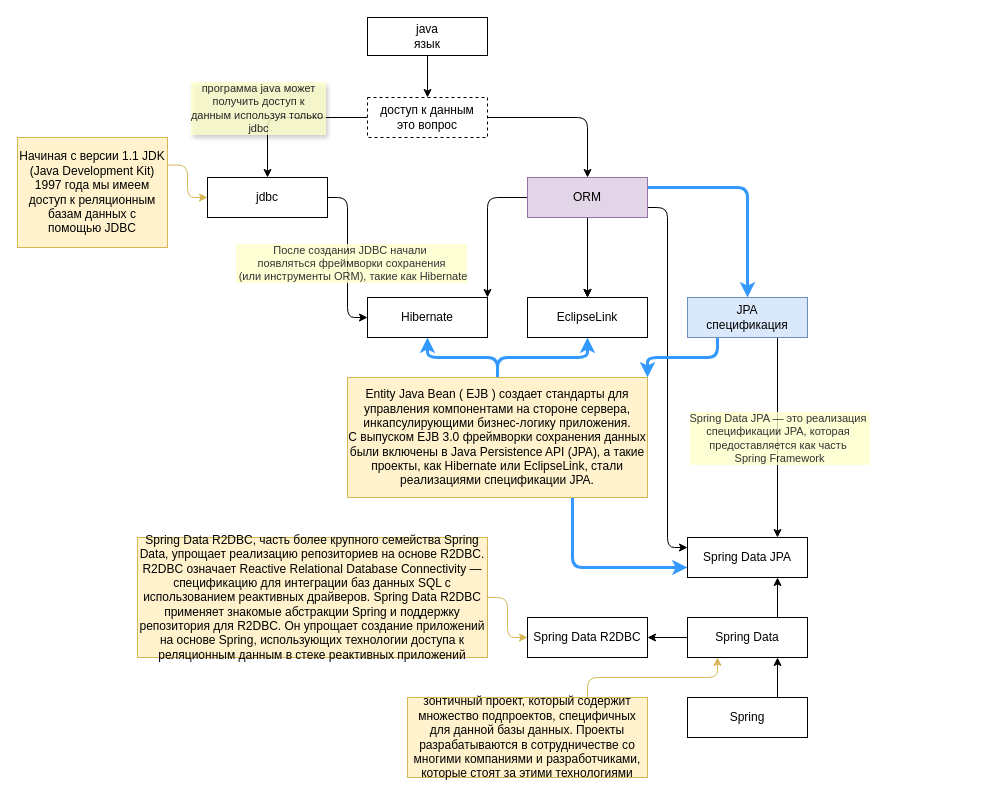
The draw.io diagram drawio/jdbc-orm.drawio in bondalen/vscode-diagrams, before the edit. Source tidied: cells renumbered, new cells numbered last; positions are measured from the earlier drawing's top-left corner, leaving out a move shared by most shapes. Both pictures are drawn from the tidied source at 100%, with x=0, y=0 at pixel (17, 17).
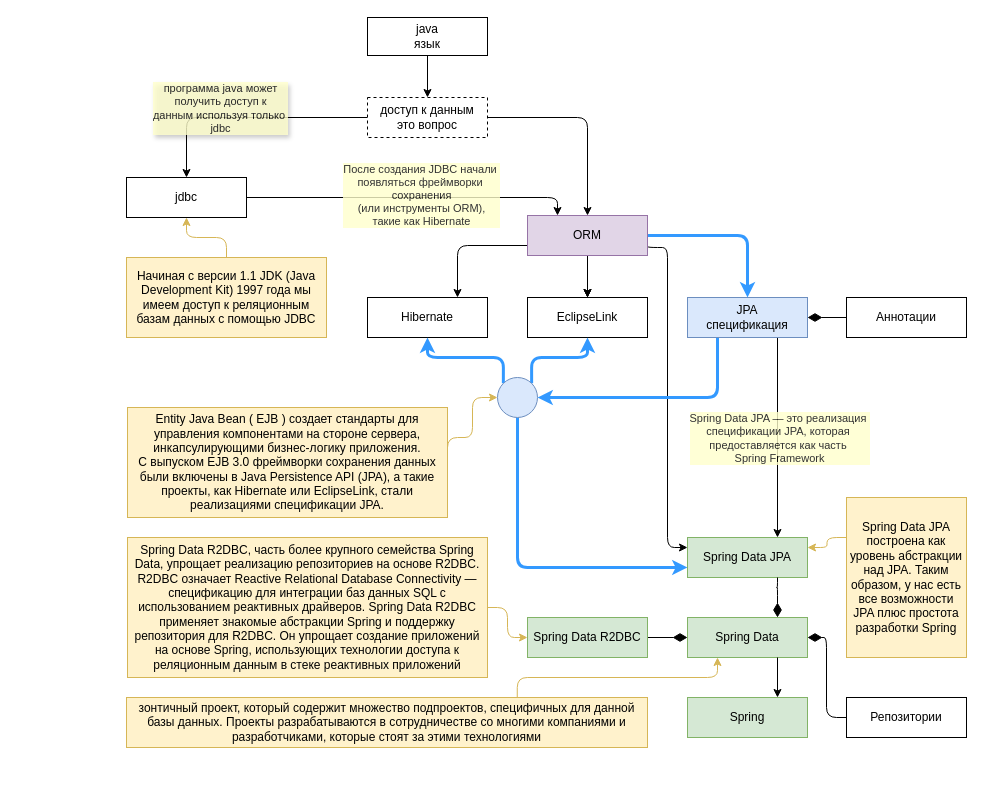
After the change.

Commit message:
drawio: jdbc, jpa, spring data 02

Unchanged cells that the change refers to:
```xml
<mxCell id="20" value="Hibernate" style="whiteSpace=wrap;html=1;rounded=0;strokeColor=default;align=center;verticalAlign=middle;fillColor=default;" parent="1" vertex="1">
  <mxGeometry x="350" y="280" width="120" height="40" as="geometry" />
</mxCell>
<mxCell id="24" value="JPA&lt;div&gt;спецификация&lt;/div&gt;" style="whiteSpace=wrap;html=1;rounded=0;fillColor=#dae8fc;strokeColor=#6c8ebf;" parent="1" vertex="1">
  <mxGeometry x="670" y="280" width="120" height="40" as="geometry" />
</mxCell>
<mxCell id="25" value="&lt;span style=&quot;color: rgb(0, 0, 0);&quot;&gt;EclipseLink&lt;/span&gt;" style="whiteSpace=wrap;html=1;rounded=0;" parent="1" vertex="1">
  <mxGeometry x="510" y="280" width="120" height="40" as="geometry" />
</mxCell>
```

The edit, as a diff of the source:
```diff
@@
-    <mxCell id="8" style="edgeStyle=orthogonalEdgeStyle;shape=connector;rounded=1;html=1;exitX=1;exitY=0.5;exitDx=0;exitDy=0;entryX=0;entryY=0.5;entryDx=0;entryDy=0;strokeColor=default;align=center;verticalAlign=middle;fontFamily=Helvetica;fontSize=11;fontColor=default;labelBackgroundColor=default;endArrow=classic;" parent="1" edge="1" source="10" target="20">
-      <mxGeometry relative="1" as="geometry" />
+    <mxCell id="8" style="edgeStyle=orthogonalEdgeStyle;shape=connector;rounded=1;html=1;exitX=1;exitY=0.5;exitDx=0;exitDy=0;entryX=0.25;entryY=0;entryDx=0;entryDy=0;strokeColor=default;align=center;verticalAlign=middle;fontFamily=Helvetica;fontSize=11;fontColor=default;labelBackgroundColor=default;endArrow=classic;" parent="1" edge="1" source="10" target="17">
+      <mxGeometry relative="1" as="geometry">
+        <Array as="points">
+          <mxPoint x="540" y="180" />
+        </Array>
+      </mxGeometry>
     </mxCell>
-    <mxCell id="9" value="После создания JDBC начали&amp;nbsp;&lt;div&gt;появляться фреймворки сохранения&lt;/div&gt;&lt;div&gt;&amp;nbsp;(или инструменты ORM), такие как&amp;nbsp;Hibernate&lt;/div&gt;" style="edgeLabel;html=1;align=center;verticalAlign=middle;rounded=0;fillColor=none;gradientColor=none;fontFamily=Helvetica;fontSize=11;fontColor=default;textOpacity=80;labelBackgroundColor=#FFFFCC;" parent="8" vertex="1">
+    <mxCell id="9" value="После создания JDBC начали&amp;nbsp;&lt;div&gt;появляться фреймворки&amp;nbsp;&lt;/div&gt;&lt;div&gt;сохранения&lt;/div&gt;&lt;div&gt;&amp;nbsp;(или инструменты ORM),&amp;nbsp;&lt;/div&gt;&lt;div&gt;такие как&amp;nbsp;Hibernate&lt;/div&gt;" style="edgeLabel;html=1;align=center;verticalAlign=middle;rounded=0;fillColor=none;gradientColor=none;fontFamily=Helvetica;fontSize=11;fontColor=default;textOpacity=80;labelBackgroundColor=#FFFFCC;" parent="8" vertex="1">
       <mxGeometry x="0.06" y="3" relative="1" as="geometry" />
     </mxCell>
     <mxCell id="10" value="jdbc" style="whiteSpace=wrap;html=1;rounded=0;" parent="1" vertex="1">
-      <mxGeometry x="190" y="160" width="120" height="40" as="geometry" />
+      <mxGeometry x="109" y="160" width="120" height="40" as="geometry" />
     </mxCell>
-    <mxCell id="11" style="edgeStyle=orthogonalEdgeStyle;shape=connector;rounded=1;html=1;strokeColor=default;align=center;verticalAlign=middle;fontFamily=Helvetica;fontSize=11;fontColor=default;labelBackgroundColor=default;endArrow=classic;entryX=1;entryY=0;entryDx=0;entryDy=0;" parent="1" edge="1" source="17" target="20">
+    <mxCell id="11" style="edgeStyle=orthogonalEdgeStyle;shape=connector;rounded=1;html=1;strokeColor=default;align=center;verticalAlign=middle;fontFamily=Helvetica;fontSize=11;fontColor=default;labelBackgroundColor=default;endArrow=classic;entryX=0.75;entryY=0;entryDx=0;entryDy=0;exitX=0;exitY=0.75;exitDx=0;exitDy=0;" parent="1" edge="1" source="17" target="20">
       <mxGeometry relative="1" as="geometry" />
     </mxCell>
-    <mxCell id="12" style="edgeStyle=orthogonalEdgeStyle;shape=connector;rounded=1;html=1;strokeColor=#3399FF;align=center;verticalAlign=middle;fontFamily=Helvetica;fontSize=11;fontColor=default;labelBackgroundColor=default;endArrow=classic;exitX=1;exitY=0.25;exitDx=0;exitDy=0;fillColor=#dae8fc;strokeWidth=3;" parent="1" edge="1" source="17" target="24">
+    <mxCell id="12" style="edgeStyle=orthogonalEdgeStyle;shape=connector;rounded=1;html=1;strokeColor=#3399FF;align=center;verticalAlign=middle;fontFamily=Helvetica;fontSize=11;fontColor=default;labelBackgroundColor=default;endArrow=classic;exitX=1;exitY=0.5;exitDx=0;exitDy=0;fillColor=#dae8fc;strokeWidth=3;" parent="1" edge="1" source="17" target="24">
       <mxGeometry relative="1" as="geometry" />
     </mxCell>
@@
     <mxCell id="16" style="edgeStyle=orthogonalEdgeStyle;shape=connector;rounded=1;html=1;exitX=1;exitY=0.75;exitDx=0;exitDy=0;strokeColor=default;align=center;verticalAlign=middle;fontFamily=Helvetica;fontSize=11;fontColor=default;labelBackgroundColor=default;endArrow=classic;entryX=0;entryY=0.25;entryDx=0;entryDy=0;" parent="1" edge="1" source="17" target="30">
       <mxGeometry relative="1" as="geometry">
         <Array as="points">
-          <mxPoint x="650" y="190" />
+          <mxPoint x="630" y="230" />
+          <mxPoint x="650" y="230" />
           <mxPoint x="650" y="530" />
         </Array>
       </mxGeometry>
     </mxCell>
     <mxCell id="17" value="ORM" style="whiteSpace=wrap;html=1;rounded=0;fillColor=#e1d5e7;strokeColor=#9673a6;" parent="1" vertex="1">
-      <mxGeometry x="510" y="160" width="120" height="40" as="geometry" />
+      <mxGeometry x="510" y="198" width="120" height="40" as="geometry" />
     </mxCell>
-    <mxCell id="18" style="edgeStyle=orthogonalEdgeStyle;shape=connector;rounded=1;html=1;exitX=1;exitY=0.25;exitDx=0;exitDy=0;entryX=0;entryY=0.5;entryDx=0;entryDy=0;strokeColor=#d6b656;align=center;verticalAlign=middle;fontFamily=Helvetica;fontSize=11;fontColor=default;labelBackgroundColor=default;endArrow=classic;fillColor=#fff2cc;" parent="1" edge="1" source="19" target="10">
+    <mxCell id="18" style="edgeStyle=orthogonalEdgeStyle;shape=connector;rounded=1;html=1;exitX=0.5;exitY=0;exitDx=0;exitDy=0;entryX=0.5;entryY=1;entryDx=0;entryDy=0;strokeColor=#d6b656;align=center;verticalAlign=middle;fontFamily=Helvetica;fontSize=11;fontColor=default;labelBackgroundColor=default;endArrow=classic;fillColor=#fff2cc;" parent="1" edge="1" source="19" target="10">
       <mxGeometry relative="1" as="geometry" />
     </mxCell>
     <mxCell id="19" value="Начиная с версии 1.1 JDK (Java Development Kit) 1997 года мы имеем доступ к реляционным базам данных с помощью JDBC" style="text;html=1;align=center;verticalAlign=middle;whiteSpace=wrap;rounded=0;fillColor=#fff2cc;strokeColor=#d6b656;" parent="1" vertex="1">
-      <mxGeometry y="120" width="150" height="110" as="geometry" />
+      <mxGeometry x="109" y="240" width="200" height="80" as="geometry" />
     </mxCell>
@@
-    <mxCell id="21" style="edgeStyle=orthogonalEdgeStyle;shape=connector;rounded=1;html=1;exitX=0.25;exitY=1;exitDx=0;exitDy=0;entryX=1;entryY=0;entryDx=0;entryDy=0;strokeColor=#3399FF;align=center;verticalAlign=middle;fontFamily=Helvetica;fontSize=11;fontColor=default;labelBackgroundColor=default;endArrow=classic;fillColor=#dae8fc;strokeWidth=3;" parent="1" edge="1" source="24" target="29">
+    <mxCell id="21" style="edgeStyle=orthogonalEdgeStyle;shape=connector;rounded=1;html=1;exitX=0.25;exitY=1;exitDx=0;exitDy=0;entryX=1;entryY=0.5;entryDx=0;entryDy=0;strokeColor=#3399FF;align=center;verticalAlign=middle;fontFamily=Helvetica;fontSize=11;fontColor=default;labelBackgroundColor=default;endArrow=classic;fillColor=#dae8fc;strokeWidth=3;" parent="1" edge="1" source="24" target="42">
       <mxGeometry relative="1" as="geometry" />
     </mxCell>
@@
-    <mxCell id="26" style="edgeStyle=orthogonalEdgeStyle;shape=connector;rounded=1;html=1;exitX=0.5;exitY=0;exitDx=0;exitDy=0;entryX=0.5;entryY=1;entryDx=0;entryDy=0;strokeColor=#3399FF;align=center;verticalAlign=middle;fontFamily=Helvetica;fontSize=11;fontColor=default;labelBackgroundColor=default;endArrow=classic;strokeWidth=3;fillColor=#dae8fc;" parent="1" edge="1" source="29" target="20">
-      <mxGeometry relative="1" as="geometry" />
+    <mxCell id="26" style="edgeStyle=orthogonalEdgeStyle;shape=connector;rounded=1;html=1;exitX=0;exitY=0;exitDx=0;exitDy=0;entryX=0.5;entryY=1;entryDx=0;entryDy=0;strokeColor=#3399FF;align=center;verticalAlign=middle;fontFamily=Helvetica;fontSize=11;fontColor=default;labelBackgroundColor=default;endArrow=classic;strokeWidth=3;fillColor=#dae8fc;" parent="1" edge="1" source="42" target="20">
+      <mxGeometry relative="1" as="geometry">
+        <Array as="points">
+          <mxPoint x="486" y="340" />
+          <mxPoint x="410" y="340" />
+        </Array>
+      </mxGeometry>
     </mxCell>
-    <mxCell id="27" style="edgeStyle=orthogonalEdgeStyle;shape=connector;rounded=1;html=1;exitX=0.5;exitY=0;exitDx=0;exitDy=0;entryX=0.5;entryY=1;entryDx=0;entryDy=0;strokeColor=#3399FF;align=center;verticalAlign=middle;fontFamily=Helvetica;fontSize=11;fontColor=default;labelBackgroundColor=default;endArrow=classic;strokeWidth=3;fillColor=#dae8fc;" parent="1" edge="1" source="29" target="25">
+    <mxCell id="27" style="edgeStyle=orthogonalEdgeStyle;shape=connector;rounded=1;html=1;exitX=1;exitY=0;exitDx=0;exitDy=0;entryX=0.5;entryY=1;entryDx=0;entryDy=0;strokeColor=#3399FF;align=center;verticalAlign=middle;fontFamily=Helvetica;fontSize=11;fontColor=default;labelBackgroundColor=default;endArrow=classic;strokeWidth=3;fillColor=#dae8fc;" parent="1" edge="1" source="42" target="25">
       <mxGeometry relative="1" as="geometry" />
     </mxCell>
-    <mxCell id="28" style="edgeStyle=orthogonalEdgeStyle;shape=connector;rounded=1;html=1;exitX=0.75;exitY=1;exitDx=0;exitDy=0;entryX=0;entryY=0.75;entryDx=0;entryDy=0;strokeColor=#3399FF;align=center;verticalAlign=middle;fontFamily=Helvetica;fontSize=11;fontColor=default;labelBackgroundColor=default;endArrow=classic;strokeWidth=3;fillColor=#dae8fc;" parent="1" edge="1" source="29" target="30">
+    <mxCell id="28" style="edgeStyle=orthogonalEdgeStyle;shape=connector;rounded=1;html=1;exitX=0.5;exitY=1;exitDx=0;exitDy=0;entryX=0;entryY=0.75;entryDx=0;entryDy=0;strokeColor=#3399FF;align=center;verticalAlign=middle;fontFamily=Helvetica;fontSize=11;fontColor=default;labelBackgroundColor=default;endArrow=classic;strokeWidth=3;fillColor=#dae8fc;" parent="1" edge="1" source="42" target="30">
       <mxGeometry relative="1" as="geometry" />
     </mxCell>
+    <mxCell id="41" style="edgeStyle=orthogonalEdgeStyle;shape=connector;rounded=1;html=1;exitX=1;exitY=0.5;exitDx=0;exitDy=0;entryX=0;entryY=0.5;entryDx=0;entryDy=0;strokeColor=#d6b656;align=center;verticalAlign=middle;fontFamily=Helvetica;fontSize=11;fontColor=default;labelBackgroundColor=default;endArrow=classic;fillColor=#fff2cc;" parent="1" edge="1" source="29" target="42">
+      <mxGeometry relative="1" as="geometry">
+        <Array as="points">
+          <mxPoint x="455" y="420" />
+          <mxPoint x="455" y="380" />
+        </Array>
+      </mxGeometry>
+    </mxCell>
     <mxCell id="29" value="Entity Java Bean (&amp;nbsp;EJB&amp;nbsp;) создает стандарты для управления компонентами на стороне сервера, инкапсулирующими бизнес-логику приложения.&lt;br&gt;С выпуском EJB 3.0 фреймворки сохранения данных были включены в Java Persistence API (JPA), а такие проекты, как Hibernate или&amp;nbsp;EclipseLink,&amp;nbsp;стали реализациями спецификации JPA." style="text;html=1;align=center;verticalAlign=middle;whiteSpace=wrap;rounded=0;fillColor=#fff2cc;strokeColor=#d6b656;" parent="1" vertex="1">
-      <mxGeometry x="330" y="360" width="300" height="120" as="geometry" />
+      <mxGeometry x="110" y="390" width="320" height="110" as="geometry" />
     </mxCell>
-    <mxCell id="30" value="Spring Data JPA" style="whiteSpace=wrap;html=1;rounded=0;" parent="1" vertex="1">
+    <mxCell id="30" value="Spring Data JPA" style="whiteSpace=wrap;html=1;rounded=0;fillColor=#d5e8d4;strokeColor=#82b366;" parent="1" vertex="1">
       <mxGeometry x="670" y="520" width="120" height="40" as="geometry" />
     </mxCell>
-    <mxCell id="31" style="edgeStyle=orthogonalEdgeStyle;shape=connector;rounded=1;html=1;exitX=0.75;exitY=0;exitDx=0;exitDy=0;entryX=0.75;entryY=1;entryDx=0;entryDy=0;strokeColor=default;align=center;verticalAlign=middle;fontFamily=Helvetica;fontSize=11;fontColor=default;labelBackgroundColor=default;endArrow=classic;" parent="1" edge="1" source="33" target="30">
-      <mxGeometry relative="1" as="geometry" />
+    <mxCell id="31" style="edgeStyle=orthogonalEdgeStyle;shape=connector;rounded=1;html=1;exitX=0.75;exitY=1;exitDx=0;exitDy=0;entryX=0.75;entryY=0;entryDx=0;entryDy=0;strokeColor=default;align=center;verticalAlign=middle;fontFamily=Helvetica;fontSize=11;fontColor=default;labelBackgroundColor=default;endArrow=diamondThin;endFill=1;startSize=6;endSize=12;" parent="1" edge="1" source="30" target="33">
+      <mxGeometry relative="1" as="geometry">
+        <Array as="points">
+          <mxPoint x="759" y="570" />
+          <mxPoint x="759" y="570" />
+        </Array>
+      </mxGeometry>
     </mxCell>
-    <mxCell id="32" style="edgeStyle=orthogonalEdgeStyle;shape=connector;rounded=1;html=1;exitX=0;exitY=0.5;exitDx=0;exitDy=0;entryX=1;entryY=0.5;entryDx=0;entryDy=0;strokeColor=default;align=center;verticalAlign=middle;fontFamily=Helvetica;fontSize=11;fontColor=default;labelBackgroundColor=default;endArrow=classic;" parent="1" edge="1" source="33" target="36">
-      <mxGeometry relative="1" as="geometry" />
+    <mxCell id="32" style="edgeStyle=orthogonalEdgeStyle;shape=connector;rounded=1;html=1;exitX=1;exitY=0.5;exitDx=0;exitDy=0;entryX=0;entryY=0.5;entryDx=0;entryDy=0;strokeColor=default;align=center;verticalAlign=middle;fontFamily=Helvetica;fontSize=11;fontColor=default;labelBackgroundColor=default;endArrow=diamondThin;startSize=6;endFill=1;endSize=12;" parent="1" edge="1" source="36" target="33">
+      <mxGeometry relative="1" as="geometry">
+        <Array as="points">
+          <mxPoint x="649" y="620" />
+          <mxPoint x="649" y="620" />
+        </Array>
+      </mxGeometry>
     </mxCell>
-    <mxCell id="33" value="Spring Data" style="whiteSpace=wrap;html=1;rounded=0;" parent="1" vertex="1">
+    <mxCell id="33" value="Spring Data" style="whiteSpace=wrap;html=1;rounded=0;fillColor=#d5e8d4;strokeColor=#82b366;" parent="1" vertex="1">
       <mxGeometry x="670" y="600" width="120" height="40" as="geometry" />
     </mxCell>
-    <mxCell id="34" style="edgeStyle=orthogonalEdgeStyle;shape=connector;rounded=1;html=1;exitX=0.75;exitY=0;exitDx=0;exitDy=0;entryX=0.75;entryY=1;entryDx=0;entryDy=0;strokeColor=default;align=center;verticalAlign=middle;fontFamily=Helvetica;fontSize=11;fontColor=default;labelBackgroundColor=default;endArrow=classic;" parent="1" edge="1" source="35" target="33">
+    <mxCell id="34" style="edgeStyle=orthogonalEdgeStyle;shape=connector;rounded=1;html=1;exitX=0.75;exitY=1;exitDx=0;exitDy=0;entryX=0.75;entryY=0;entryDx=0;entryDy=0;strokeColor=default;align=center;verticalAlign=middle;fontFamily=Helvetica;fontSize=11;fontColor=default;labelBackgroundColor=default;endArrow=classic;" parent="1" edge="1" source="33" target="35">
       <mxGeometry relative="1" as="geometry" />
     </mxCell>
-    <mxCell id="35" value="Spring" style="whiteSpace=wrap;html=1;rounded=0;" parent="1" vertex="1">
+    <mxCell id="35" value="Spring" style="whiteSpace=wrap;html=1;rounded=0;fillColor=#d5e8d4;strokeColor=#82b366;" parent="1" vertex="1">
       <mxGeometry x="670" y="680" width="120" height="40" as="geometry" />
     </mxCell>
-    <mxCell id="36" value="Spring Data R2DBC" style="whiteSpace=wrap;html=1;rounded=0;" parent="1" vertex="1">
+    <mxCell id="36" value="Spring Data R2DBC" style="whiteSpace=wrap;html=1;rounded=0;fillColor=#d5e8d4;strokeColor=#82b366;" parent="1" vertex="1">
       <mxGeometry x="510" y="600" width="120" height="40" as="geometry" />
     </mxCell>
@@
     <mxCell id="38" value="зонтичный проект, который содержит множество подпроектов, специфичных для данной базы данных. Проекты разрабатываются в сотрудничестве со многими компаниями и разработчиками, которые стоят за этими технологиями" style="text;html=1;align=center;verticalAlign=middle;whiteSpace=wrap;rounded=0;fillColor=#fff2cc;strokeColor=#d6b656;" parent="1" vertex="1">
-      <mxGeometry x="390" y="680" width="240" height="80" as="geometry" />
+      <mxGeometry x="109" y="680" width="521" height="50" as="geometry" />
     </mxCell>
@@
     <mxCell id="40" value="Spring Data R2DBC, часть более крупного семейства Spring Data, упрощает реализацию репозиториев на основе R2DBC. R2DBC означает Reactive Relational Database Connectivity — спецификацию для интеграции баз данных SQL с использованием реактивных драйверов. Spring Data R2DBC применяет знакомые абстракции Spring и поддержку репозитория для R2DBC. Он упрощает создание приложений на основе Spring, использующих технологии доступа к реляционным данным в стеке реактивных приложений" style="text;html=1;align=center;verticalAlign=middle;whiteSpace=wrap;rounded=0;fillColor=#fff2cc;strokeColor=#d6b656;" parent="1" vertex="1">
-      <mxGeometry x="120" y="520" width="350" height="120" as="geometry" />
+      <mxGeometry x="110" y="520" width="360" height="140" as="geometry" />
     </mxCell>
+    <mxCell id="42" style="ellipse;whiteSpace=wrap;html=1;rounded=0;align=center;verticalAlign=middle;fontFamily=Helvetica;fontSize=12;fontColor=default;labelBackgroundColor=default;fillColor=#dae8fc;gradientColor=none;strokeColor=#6c8ebf;" parent="1" vertex="1">
+      <mxGeometry x="480" y="360" width="40" height="40" as="geometry" />
+    </mxCell>
+    <mxCell id="43" style="edgeStyle=orthogonalEdgeStyle;shape=connector;rounded=1;html=1;exitX=0;exitY=0.25;exitDx=0;exitDy=0;entryX=1;entryY=0.25;entryDx=0;entryDy=0;strokeColor=#d6b656;align=center;verticalAlign=middle;fontFamily=Helvetica;fontSize=11;fontColor=default;labelBackgroundColor=default;endArrow=classic;fillColor=#fff2cc;" parent="1" edge="1" source="44" target="30">
+      <mxGeometry relative="1" as="geometry" />
+    </mxCell>
+    <mxCell id="44" value="Spring Data JPA построена как уровень абстракции над JPA. Таким образом, у нас есть все возможности JPA плюс простота разработки Spring" style="text;html=1;align=center;verticalAlign=middle;whiteSpace=wrap;rounded=0;fillColor=#fff2cc;strokeColor=#d6b656;" parent="1" vertex="1">
+      <mxGeometry x="829" y="480" width="120" height="160" as="geometry" />
+    </mxCell>
+    <mxCell id="45" value="Репозитории" style="rounded=0;whiteSpace=wrap;html=1;align=center;verticalAlign=middle;fontFamily=Helvetica;fontSize=12;fontColor=default;labelBackgroundColor=default;fillColor=default;gradientColor=none;strokeColor=default;" parent="1" vertex="1">
+      <mxGeometry x="829" y="680" width="120" height="40" as="geometry" />
+    </mxCell>
+    <mxCell id="46" style="edgeStyle=orthogonalEdgeStyle;shape=connector;rounded=1;html=1;exitX=0;exitY=0.5;exitDx=0;exitDy=0;entryX=1;entryY=0.5;entryDx=0;entryDy=0;strokeColor=default;align=center;verticalAlign=middle;fontFamily=Helvetica;fontSize=11;fontColor=default;labelBackgroundColor=default;endArrow=diamondThin;endFill=1;startSize=6;endSize=12;" parent="1" edge="1" source="45" target="33">
+      <mxGeometry relative="1" as="geometry">
+        <Array as="points">
+          <mxPoint x="809" y="700" />
+          <mxPoint x="809" y="620" />
+        </Array>
+      </mxGeometry>
+    </mxCell>
+    <mxCell id="47" value="Аннотации" style="rounded=0;whiteSpace=wrap;html=1;align=center;verticalAlign=middle;fontFamily=Helvetica;fontSize=12;fontColor=default;labelBackgroundColor=default;fillColor=default;gradientColor=none;strokeColor=default;" parent="1" vertex="1">
+      <mxGeometry x="829" y="280" width="120" height="40" as="geometry" />
+    </mxCell>
+    <mxCell id="48" style="edgeStyle=orthogonalEdgeStyle;shape=connector;rounded=1;html=1;entryX=1;entryY=0.5;entryDx=0;entryDy=0;strokeColor=default;align=center;verticalAlign=middle;fontFamily=Helvetica;fontSize=11;fontColor=default;labelBackgroundColor=default;endArrow=diamondThin;endFill=1;startSize=6;endSize=12;exitX=0;exitY=0.5;exitDx=0;exitDy=0;" parent="1" edge="1" source="47" target="24">
+      <mxGeometry relative="1" as="geometry">
+        <Array as="points">
+          <mxPoint x="789" y="300" />
+          <mxPoint x="789" y="300" />
+        </Array>
+      </mxGeometry>
+    </mxCell>
```
